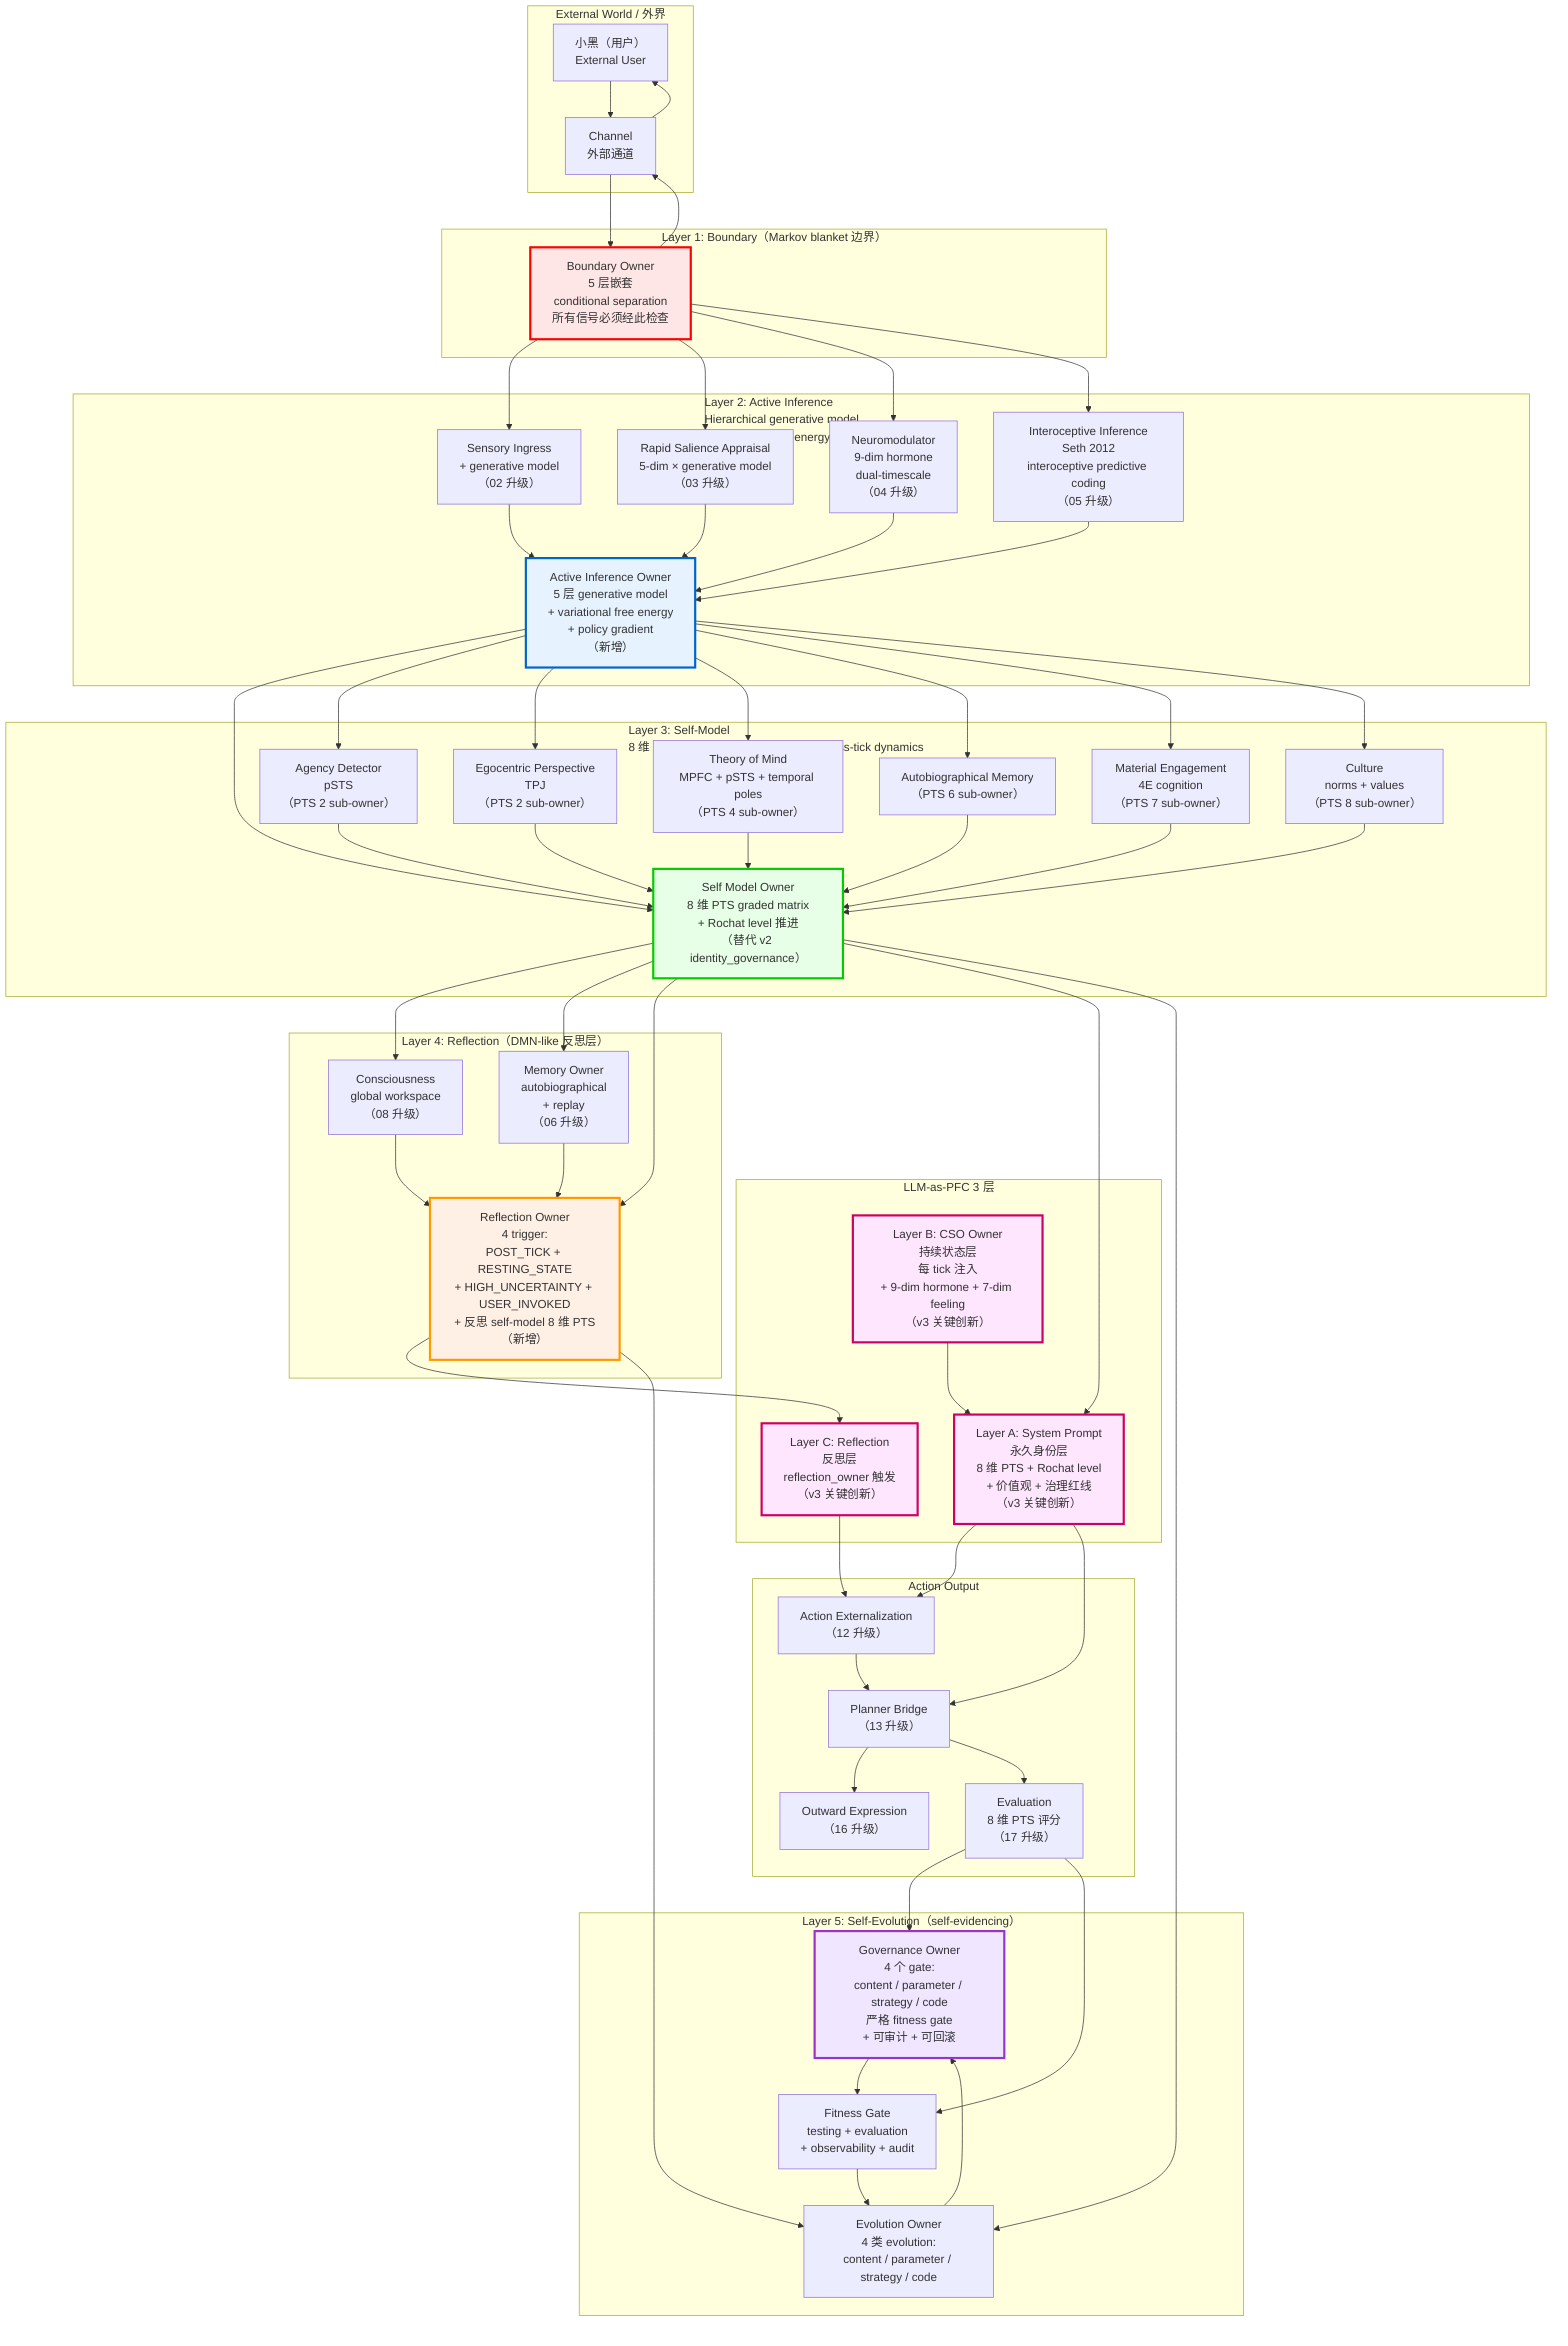
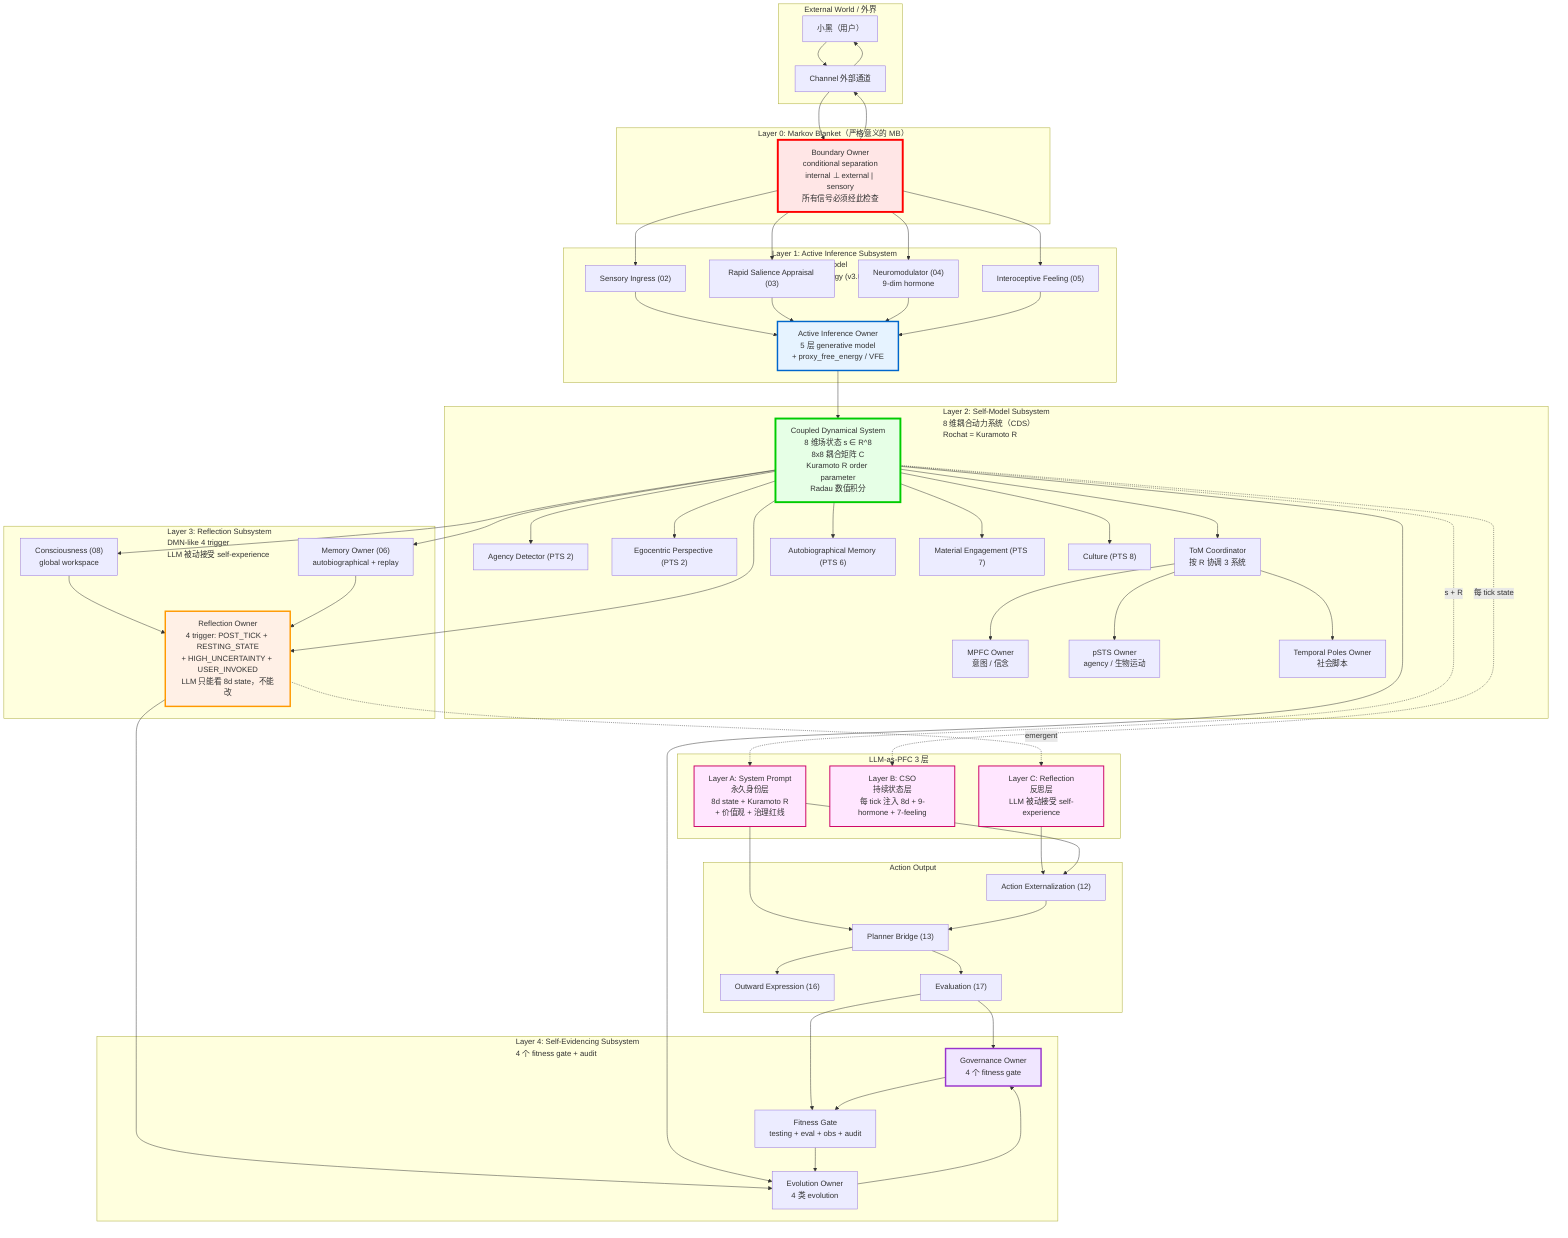
- %% helios_v3 脑认知架构图（brain.mmd）
- %% 基于 v2 docs/brain.mmd 升级到 5 层 Markov blanket + 8 维 PTS × Rochat 5 levels
- %% 完成时间：2026-06-22 19:35+
+ %% helios_v3 脑认知架构图（v2 brain.mmd 升级）
+ %% 5 个嵌套自组织系统（仅最外层为严格 Markov blanket）
+ %% 8 维耦合动力系统（Coupled Dynamical System）
+ %% 完成时间：2026-06-23 04:00+ UTC

flowchart TB
    %% ========== 外部世界 ==========
    subgraph EXT[External World / 外界]
-         User["小黑（用户）<br/>External User"]
-         Channel[Channel<br/>外部通道]
+         User["小黑（用户）"]
+         Channel[Channel 外部通道]
    end

-     %% ========== Layer 1: Boundary（Markov blanket 边界） ==========
-     subgraph L1["Layer 1: Boundary（Markov blanket 边界）"]
-         BOUNDARY[Boundary Owner<br/>5 层嵌套<br/>conditional separation<br/>所有信号必须经此检查]
+     %% ========== Layer 0: Markov Blanket（严格意义） ==========
+     subgraph L0["Layer 0: Markov Blanket（严格意义的 MB）"]
+         BOUNDARY["Boundary Owner<br/>conditional separation<br/>internal ⊥ external | sensory<br/>所有信号必须经此检查"]
    end

-     %% ========== Layer 2: Active Inference ==========
-     subgraph L2["Layer 2: Active Inference<br/>Hierarchical generative model<br/>+ variational free energy minimization"]
-         SENSORY["Sensory Ingress<br/>+ generative model<br/>（02 升级）"]
-         APPRAISAL["Rapid Salience Appraisal<br/>5-dim × generative model<br/>（03 升级）"]
-         NEURO["Neuromodulator<br/>9-dim hormone<br/>dual-timescale<br/>（04 升级）"]
-         INTERO["Interoceptive Inference<br/>Seth 2012<br/>interoceptive predictive coding<br/>（05 升级）"]
-         ACTIVE_INF["Active Inference Owner<br/>5 层 generative model<br/>+ variational free energy<br/>+ policy gradient<br/>（新增）"]
+     %% ========== Layer 1: Active Inference Subsystem ==========
+     subgraph L1["Layer 1: Active Inference Subsystem<br/>8 维 generative model<br/>+ proxy_free_energy (v3.0) / VFE (v3.1)"]
+         SENSORY["Sensory Ingress (02)"]
+         APPRAISAL["Rapid Salience Appraisal (03)"]
+         NEURO["Neuromodulator (04)<br/>9-dim hormone"]
+         INTERO["Interoceptive Feeling (05)"]
+         ACTIVE_INF["Active Inference Owner<br/>5 层 generative model<br/>+ proxy_free_energy / VFE"]
    end

-     %% ========== Layer 3: Self-Model ==========
-     subgraph L3["Layer 3: Self-Model<br/>8 维 PTS graded × Rochat 5 levels × cross-tick dynamics"]
-         AGENCY["Agency Detector<br/>pSTS<br/>（PTS 2 sub-owner）"]
-         EGOCENTRIC["Egocentric Perspective<br/>TPJ<br/>（PTS 2 sub-owner）"]
-         TOM["Theory of Mind<br/>MPFC + pSTS + temporal poles<br/>（PTS 4 sub-owner）"]
-         AUTOBIO["Autobiographical Memory<br/>（PTS 6 sub-owner）"]
-         MATERIAL["Material Engagement<br/>4E cognition<br/>（PTS 7 sub-owner）"]
-         CULTURE["Culture<br/>norms + values<br/>（PTS 8 sub-owner）"]
-         SELF_MODEL["Self Model Owner<br/>8 维 PTS graded matrix<br/>+ Rochat level 推进<br/>（替代 v2 identity_governance）"]
+     %% ========== Layer 2: Self-Model Subsystem（8 维耦合动力系统） ==========
+     subgraph L2["Layer 2: Self-Model Subsystem<br/>8 维耦合动力系统（CDS）<br/>Rochat = Kuramoto R"]
+         CDS["Coupled Dynamical System<br/>8 维场状态 s ∈ R^8<br/>8x8 耦合矩阵 C<br/>Kuramoto R order parameter<br/>Radau 数值积分"]
+         AGENCY["Agency Detector (PTS 2)"]
+         EGOCENTRIC["Egocentric Perspective (PTS 2)"]
+         TOM_COORD["ToM Coordinator<br/>按 R 协调 3 系统"]
+         MPFC["MPFC Owner<br/>意图 / 信念"]
+         PSTS["pSTS Owner<br/>agency / 生物运动"]
+         TPOLES["Temporal Poles Owner<br/>社会脚本"]
+         AUTOBIO["Autobiographical Memory (PTS 6)"]
+         MATERIAL["Material Engagement (PTS 7)"]
+         CULTURE["Culture (PTS 8)"]
    end

-     %% ========== Layer 4: Reflection（DMN-like 反思层） ==========
-     subgraph L4["Layer 4: Reflection（DMN-like 反思层）"]
-         REFLECT["Reflection Owner<br/>4 trigger:<br/>POST_TICK + RESTING_STATE<br/>+ HIGH_UNCERTAINTY + USER_INVOKED<br/>+ 反思 self-model 8 维 PTS<br/>（新增）"]
-         MEMORY["Memory Owner<br/>autobiographical<br/>+ replay<br/>（06 升级）"]
-         CONSCIOUS["Consciousness<br/>global workspace<br/>（08 升级）"]
+     %% ========== Layer 3: Reflection Subsystem ==========
+     subgraph L3["Layer 3: Reflection Subsystem<br/>DMN-like 4 trigger<br/>LLM 被动接受 self-experience"]
+         REFLECT["Reflection Owner<br/>4 trigger: POST_TICK + RESTING_STATE<br/>+ HIGH_UNCERTAINTY + USER_INVOKED<br/>LLM 只能看 8d state，不能改"]
+         MEMORY["Memory Owner (06)<br/>autobiographical + replay"]
+         CONSCIOUS["Consciousness (08)<br/>global workspace"]
    end

    %% ========== LLM-as-PFC 3 层 ==========
    subgraph LLM_PFC["LLM-as-PFC 3 层"]
-         LLM_A["Layer A: System Prompt<br/>永久身份层<br/>8 维 PTS + Rochat level<br/>+ 价值观 + 治理红线<br/>（v3 关键创新）"]
-         LLM_B["Layer B: CSO Owner<br/>持续状态层<br/>每 tick 注入<br/>+ 9-dim hormone + 7-dim feeling<br/>（v3 关键创新）"]
-         LLM_C["Layer C: Reflection<br/>反思层<br/>reflection_owner 触发<br/>（v3 关键创新）"]
+         LLM_A["Layer A: System Prompt<br/>永久身份层<br/>8d state + Kuramoto R<br/>+ 价值观 + 治理红线"]
+         LLM_B["Layer B: CSO<br/>持续状态层<br/>每 tick 注入 8d + 9-hormone + 7-feeling"]
+         LLM_C["Layer C: Reflection<br/>反思层<br/>LLM 被动接受 self-experience"]
    end

-     %% ========== Layer 5: Self-Evolution ==========
-     subgraph L5["Layer 5: Self-Evolution（self-evidencing）"]
-         EVOL["Evolution Owner<br/>4 类 evolution:<br/>content / parameter / strategy / code"]
-         GOV["Governance Owner<br/>4 个 gate:<br/>content / parameter / strategy / code<br/>严格 fitness gate<br/>+ 可审计 + 可回滚"]
-         FITNESS["Fitness Gate<br/>testing + evaluation<br/>+ observability + audit"]
+     %% ========== Layer 4: Self-Evidencing Subsystem ==========
+     subgraph L4["Layer 4: Self-Evidencing Subsystem<br/>4 个 fitness gate + audit"]
+         EVOL["Evolution Owner<br/>4 类 evolution"]
+         GOV["Governance Owner<br/>4 个 fitness gate"]
+         FITNESS["Fitness Gate<br/>testing + eval + obs + audit"]
    end

    %% ========== Action 输出 ==========
    subgraph ACT["Action Output"]
-         ACTION["Action Externalization<br/>（12 升级）"]
-         PLAN["Planner Bridge<br/>（13 升级）"]
-         OUTWARD["Outward Expression<br/>（16 升级）"]
-         EVAL["Evaluation<br/>8 维 PTS 评分<br/>（17 升级）"]
+         ACTION["Action Externalization (12)"]
+         PLAN["Planner Bridge (13)"]
+         OUTWARD["Outward Expression (16)"]
+         EVAL["Evaluation (17)"]
    end

    %% ========== 连接关系 ==========
    User --> Channel
    Channel --> BOUNDARY

-     %% L1 → L2
+     %% L0 → L1
    BOUNDARY --> SENSORY
    BOUNDARY --> APPRAISAL
    BOUNDARY --> NEURO
    BOUNDARY --> INTERO

-     %% L2 内部
+     %% L1 内部
    SENSORY --> ACTIVE_INF
    APPRAISAL --> ACTIVE_INF
    NEURO --> ACTIVE_INF
    INTERO --> ACTIVE_INF

+     %% L1 → L2
+     ACTIVE_INF --> CDS
+ 
+     %% L2 内部
+     CDS --> AGENCY
+     CDS --> EGOCENTRIC
+     CDS --> TOM_COORD
+     TOM_COORD --> MPFC
+     TOM_COORD --> PSTS
+     TOM_COORD --> TPOLES
+     CDS --> AUTOBIO
+     CDS --> MATERIAL
+     CDS --> CULTURE
+ 
    %% L2 → L3
-     ACTIVE_INF --> SELF_MODEL
-     ACTIVE_INF --> AGENCY
-     ACTIVE_INF --> EGOCENTRIC
-     ACTIVE_INF --> TOM
-     ACTIVE_INF --> AUTOBIO
-     ACTIVE_INF --> MATERIAL
-     ACTIVE_INF --> CULTURE
+     CDS --> CONSCIOUS
+     CDS --> MEMORY
+     CDS --> REFLECT

-     %% L3 sub-owners → self_model
-     AGENCY --> SELF_MODEL
-     EGOCENTRIC --> SELF_MODEL
-     TOM --> SELF_MODEL
-     AUTOBIO --> SELF_MODEL
-     MATERIAL --> SELF_MODEL
-     CULTURE --> SELF_MODEL
- 
-     %% L3 → L4
-     SELF_MODEL --> CONSCIOUS
-     SELF_MODEL --> MEMORY
-     SELF_MODEL --> REFLECT
- 
-     %% L4 内部
+     %% L3 内部
    CONSCIOUS --> REFLECT
    MEMORY --> REFLECT

-     %% L4 → LLM-as-PFC 3 层
-     SELF_MODEL --> LLM_A
-     LLM_B --> LLM_A
-     REFLECT --> LLM_C
+     %% LLM-as-PFC 注入
+     CDS -.->|s + R| LLM_A
+     CDS -.->|每 tick state| LLM_B
+     REFLECT -.->|emergent| LLM_C

    %% LLM-as-PFC → Action
    LLM_C --> ACTION
    LLM_A --> ACTION
    LLM_A --> PLAN

    %% Action 输出
    ACTION --> PLAN
    PLAN --> OUTWARD
    PLAN --> EVAL

-     %% L4 → L5
+     %% L3 → L4
    REFLECT --> EVOL
-     SELF_MODEL --> EVOL
+     CDS --> EVOL
    EVAL --> GOV
    EVAL --> FITNESS

-     %% L5 治理
+     %% L4 治理
    EVOL --> GOV
    GOV --> FITNESS
    FITNESS --> EVOL

    %% BOUNDARY 输出
    BOUNDARY --> Channel
    Channel --> User

-     %% 标注
-     style BOUNDARY fill:#ffe6e6,stroke:#ff0000,stroke-width:3px
-     style ACTIVE_INF fill:#e6f3ff,stroke:#0066cc,stroke-width:3px
-     style SELF_MODEL fill:#e6ffe6,stroke:#00cc00,stroke-width:3px
+     %% 标注（颜色区分 5 层）
+     style BOUNDARY fill:#ffe6e6,stroke:#ff0000,stroke-width:4px
+     style CDS fill:#e6ffe6,stroke:#00cc00,stroke-width:4px
    style REFLECT fill:#fff0e6,stroke:#ff9900,stroke-width:3px
    style GOV fill:#f0e6ff,stroke:#9933cc,stroke-width:3px
-     style LLM_A fill:#ffe6ff,stroke:#cc0066,stroke-width:3px
-     style LLM_B fill:#ffe6ff,stroke:#cc0066,stroke-width:3px
-     style LLM_C fill:#ffe6ff,stroke:#cc0066,stroke-width:3px+     style ACTIVE_INF fill:#e6f3ff,stroke:#0066cc,stroke-width:3px
+     style LLM_A fill:#ffe6ff,stroke:#cc0066,stroke-width:2px
+     style LLM_B fill:#ffe6ff,stroke:#cc0066,stroke-width:2px
+     style LLM_C fill:#ffe6ff,stroke:#cc0066,stroke-width:2px